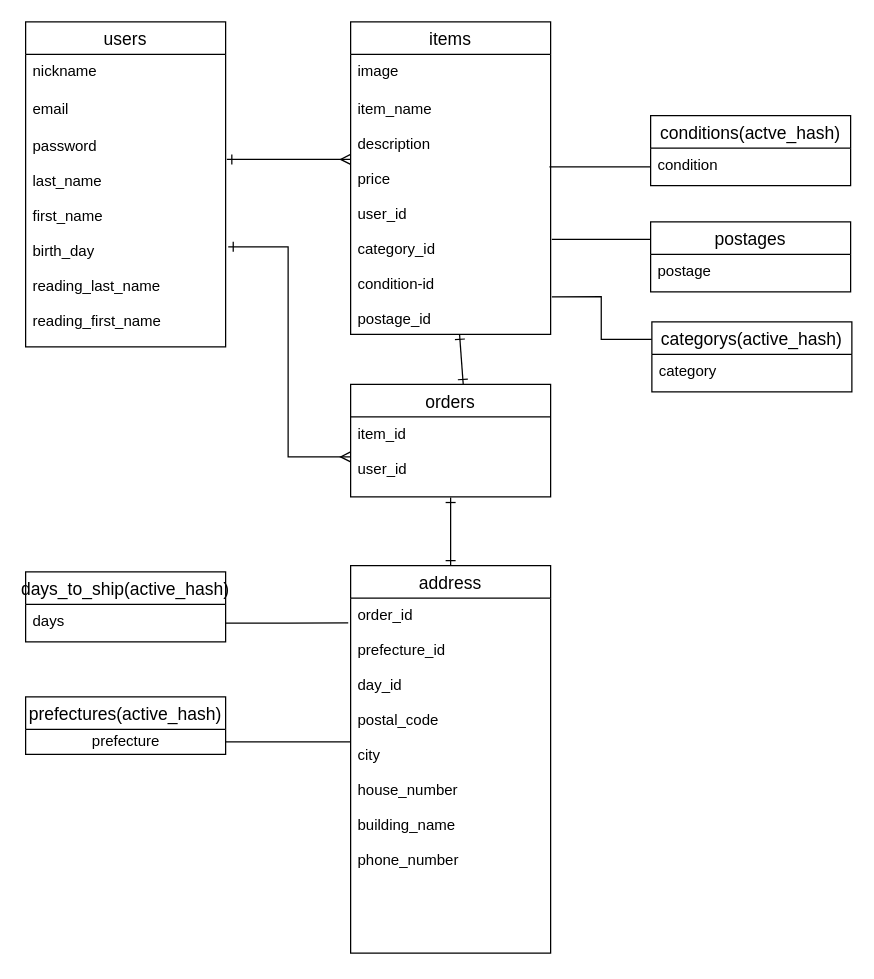
Before: er.dio in maradonamania/furima-36256, a draw.io diagram. Source tidied: cells renumbered, new cells numbered last; positions are measured from the earlier drawing's top-left corner, leaving out a move shared by most shapes. Both pictures are drawn from the tidied source at 125%, with x=0, y=0 at pixel (25, 21).
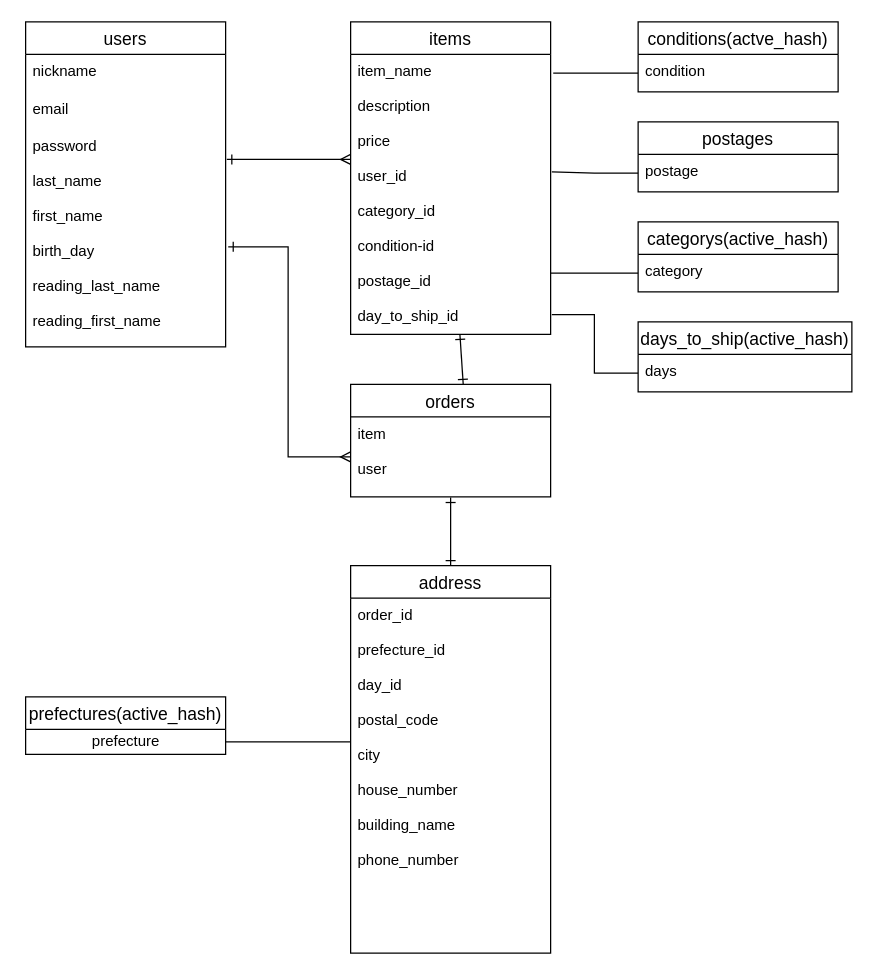
The same diagram, later.

Commit message (it also covers changes not shown here):
ER図・DB設計の再修正

The change refers to these unchanged cells:
```xml
<mxCell id="6" value="items" style="swimlane;fontStyle=0;horizontal=1;startSize=26;align=center;fontSize=14;" parent="1" vertex="1">
  <mxGeometry x="260" width="160" height="250" as="geometry" />
</mxCell>
<mxCell id="10" value="orders" style="swimlane;fontStyle=0;horizontal=1;startSize=26;align=center;fontSize=14;" parent="1" vertex="1">
  <mxGeometry x="260" y="290" width="160" height="90" as="geometry" />
</mxCell>
<mxCell id="14" value="order_id&#10;&#10;prefecture_id&#10;&#10;day_id&#10;&#10;postal_code&#10;&#10;city&#10;&#10;house_number&#10;&#10;building_name&#10;&#10;phone_number&#10;" style="text;strokeColor=none;fillColor=none;spacingLeft=4;spacingRight=4;overflow=hidden;points=[[0,0.5],[1,0.5]];portConstraint=eastwest;fontSize=12;" parent="13" vertex="1">
  <mxGeometry y="26" width="160" height="284" as="geometry" />
</mxCell>
<mxCell id="17" value="prefecture" style="text;html=1;align=center;verticalAlign=middle;points=[];strokeColor=none;" parent="16" vertex="1">
  <mxGeometry y="26" width="160" height="20" as="geometry" />
</mxCell>
<mxCell id="22" value="condition" style="text;strokeColor=none;fillColor=none;spacingLeft=4;spacingRight=4;overflow=hidden;points=[[0,0.5],[1,0.5]];portConstraint=eastwest;fontSize=12;" parent="21" vertex="1">
  <mxGeometry y="26" width="160" height="30" as="geometry" />
</mxCell>
<mxCell id="25" value="category" style="text;strokeColor=none;fillColor=none;spacingLeft=4;spacingRight=4;overflow=hidden;points=[[0,0.5],[1,0.5]];portConstraint=eastwest;fontSize=12;" parent="24" vertex="1">
  <mxGeometry y="26" width="160" height="30" as="geometry" />
</mxCell>
<mxCell id="28" value="postage" style="text;strokeColor=none;fillColor=none;spacingLeft=4;spacingRight=4;overflow=hidden;points=[[0,0.5],[1,0.5]];portConstraint=eastwest;fontSize=12;" parent="27" vertex="1">
  <mxGeometry y="26" width="160" height="30" as="geometry" />
</mxCell>
```

Change to the diagram source:
```diff
@@
-    <mxCell id="7" value="image" style="text;strokeColor=none;fillColor=none;spacingLeft=4;spacingRight=4;overflow=hidden;fontSize=12;" parent="6" vertex="1">
-      <mxGeometry y="26" width="160" height="30" as="geometry" />
-    </mxCell>
-    <mxCell id="8" value="item_name&#10;&#10;description&#10;&#10;price&#10;&#10;user_id&#10;&#10;category_id&#10;&#10;condition-id&#10;&#10;postage_id&#10;" style="text;strokeColor=none;fillColor=none;spacingLeft=4;spacingRight=4;overflow=hidden;points=[[0,0.5],[1,0.5]];portConstraint=eastwest;fontSize=12;" parent="6" vertex="1">
-      <mxGeometry y="56" width="160" height="194" as="geometry" />
+    <mxCell id="8" value="item_name&#10;&#10;description&#10;&#10;price&#10;&#10;user_id&#10;&#10;category_id&#10;&#10;condition-id&#10;&#10;postage_id&#10;&#10;day_to_ship_id&#10;" style="text;strokeColor=none;fillColor=none;spacingLeft=4;spacingRight=4;overflow=hidden;points=[[0,0.5],[1,0.5]];portConstraint=eastwest;fontSize=12;" parent="6" vertex="1">
+      <mxGeometry y="26" width="160" height="224" as="geometry" />
     </mxCell>
@@
-    <mxCell id="11" value="item_id&#10;&#10;user_id&#10;" style="text;strokeColor=none;fillColor=none;spacingLeft=4;spacingRight=4;overflow=hidden;points=[[0,0.5],[1,0.5]];portConstraint=eastwest;fontSize=12;" parent="10" vertex="1">
+    <mxCell id="11" value="item&#10;&#10;user&#10;" style="text;strokeColor=none;fillColor=none;spacingLeft=4;spacingRight=4;overflow=hidden;points=[[0,0.5],[1,0.5]];portConstraint=eastwest;fontSize=12;" parent="10" vertex="1">
       <mxGeometry y="26" width="160" height="64" as="geometry" />
     </mxCell>
@@
     <mxCell id="18" value="days_to_ship(active_hash)" style="swimlane;fontStyle=0;horizontal=1;startSize=26;align=center;fontSize=14;" parent="1" vertex="1">
-      <mxGeometry y="440" width="160" height="56" as="geometry" />
+      <mxGeometry x="490" y="240" width="171" height="56" as="geometry" />
     </mxCell>
     <mxCell id="19" value="days" style="text;strokeColor=none;fillColor=none;spacingLeft=4;spacingRight=4;overflow=hidden;points=[[0,0.5],[1,0.5]];portConstraint=eastwest;fontSize=12;" parent="18" vertex="1">
-      <mxGeometry y="26" width="160" height="30" as="geometry" />
+      <mxGeometry y="26" width="171" height="30" as="geometry" />
     </mxCell>
@@
     <mxCell id="21" value="conditions(actve_hash)" style="swimlane;fontStyle=0;horizontal=1;startSize=26;align=center;fontSize=14;" parent="1" vertex="1">
-      <mxGeometry x="500" y="75" width="160" height="56" as="geometry" />
+      <mxGeometry x="490" width="160" height="56" as="geometry" />
     </mxCell>
@@
-    <mxCell id="23" style="edgeStyle=orthogonalEdgeStyle;rounded=0;jettySize=auto;html=1;exitX=0;exitY=0.25;exitDx=0;exitDy=0;entryX=1.006;entryY=0.845;entryDx=0;entryDy=0;entryPerimeter=0;endArrow=none;endFill=0;" parent="1" edge="1" source="24" target="8">
-      <mxGeometry relative="1" as="geometry" />
-    </mxCell>
     <mxCell id="24" value="categorys(active_hash)" style="swimlane;fontStyle=0;horizontal=1;startSize=26;align=center;fontSize=14;" parent="1" vertex="1">
-      <mxGeometry x="501" y="240" width="160" height="56" as="geometry" />
+      <mxGeometry x="490" y="160" width="160" height="56" as="geometry" />
     </mxCell>
@@
-    <mxCell id="26" style="edgeStyle=orthogonalEdgeStyle;rounded=0;jettySize=auto;html=1;exitX=0;exitY=0.25;exitDx=0;exitDy=0;entryX=1.006;entryY=0.608;entryDx=0;entryDy=0;entryPerimeter=0;endArrow=none;endFill=0;" parent="1" edge="1" source="27" target="8">
-      <mxGeometry relative="1" as="geometry" />
-    </mxCell>
     <mxCell id="27" value="postages" style="swimlane;fontStyle=0;horizontal=1;startSize=26;align=center;fontSize=14;" parent="1" vertex="1">
-      <mxGeometry x="500" y="160" width="160" height="56" as="geometry" />
+      <mxGeometry x="490" y="80" width="160" height="56" as="geometry" />
     </mxCell>
@@
+    <mxCell id="31" style="edgeStyle=orthogonalEdgeStyle;rounded=0;jettySize=auto;html=1;entryX=0;entryY=0.405;entryDx=0;entryDy=0;entryPerimeter=0;endArrow=none;endFill=0;" parent="1" edge="1" source="17" target="14">
+      <mxGeometry relative="1" as="geometry" />
+    </mxCell>
-    <mxCell id="29" style="edgeStyle=orthogonalEdgeStyle;rounded=0;jettySize=auto;html=1;exitX=0;exitY=0.5;exitDx=0;exitDy=0;entryX=0.994;entryY=0.309;entryDx=0;entryDy=0;entryPerimeter=0;endArrow=none;endFill=0;" parent="1" edge="1" source="22" target="8">
+    <mxCell id="29" style="edgeStyle=orthogonalEdgeStyle;rounded=0;jettySize=auto;html=1;exitX=0;exitY=0.5;exitDx=0;exitDy=0;entryX=1.013;entryY=0.067;entryDx=0;entryDy=0;entryPerimeter=0;endArrow=none;endFill=0;" parent="1" edge="1" source="22" target="8">
       <mxGeometry relative="1" as="geometry" />
     </mxCell>
-    <mxCell id="30" style="edgeStyle=orthogonalEdgeStyle;rounded=0;jettySize=auto;html=1;exitX=1;exitY=0.5;exitDx=0;exitDy=0;entryX=-0.012;entryY=0.07;entryDx=0;entryDy=0;entryPerimeter=0;endArrow=none;endFill=0;" parent="1" edge="1" source="19" target="14">
-      <mxGeometry relative="1" as="geometry" />
-    </mxCell>
-    <mxCell id="31" style="edgeStyle=orthogonalEdgeStyle;rounded=0;jettySize=auto;html=1;entryX=0;entryY=0.405;entryDx=0;entryDy=0;entryPerimeter=0;endArrow=none;endFill=0;" parent="1" edge="1" source="17" target="14">
-      <mxGeometry relative="1" as="geometry" />
-    </mxCell>
+    <mxCell id="32" style="edgeStyle=orthogonalEdgeStyle;rounded=0;jettySize=auto;html=1;exitX=0;exitY=0.5;exitDx=0;exitDy=0;entryX=1.006;entryY=0.42;entryDx=0;entryDy=0;entryPerimeter=0;endArrow=none;endFill=0;" parent="1" edge="1" source="28" target="8">
+      <mxGeometry relative="1" as="geometry" />
+    </mxCell>
+    <mxCell id="33" style="edgeStyle=orthogonalEdgeStyle;rounded=0;jettySize=auto;html=1;exitX=0;exitY=0.5;exitDx=0;exitDy=0;entryX=1;entryY=0.781;entryDx=0;entryDy=0;entryPerimeter=0;endArrow=none;endFill=0;" parent="1" edge="1" source="25" target="8">
+      <mxGeometry relative="1" as="geometry" />
+    </mxCell>
+    <mxCell id="34" style="edgeStyle=orthogonalEdgeStyle;rounded=0;jettySize=auto;html=1;exitX=0;exitY=0.5;exitDx=0;exitDy=0;entryX=1.006;entryY=0.929;entryDx=0;entryDy=0;entryPerimeter=0;endArrow=none;endFill=0;" parent="1" edge="1" source="19" target="8">
+      <mxGeometry relative="1" as="geometry" />
+    </mxCell>
```
